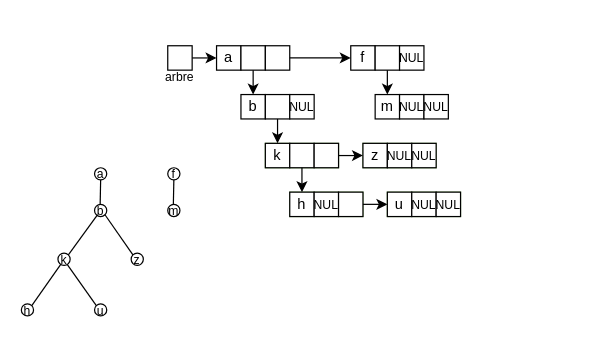
The draw.io diagram page "exemple arbre" (2 of 6) of rapport/arbre.drawio in CavaniNicolas/SDD1_TP3, before the edit. Source tidied: cells renumbered, new cells numbered last; positions are measured from the earlier drawing's top-left corner, leaving out a move shared by most shapes. Both pictures are drawn from the tidied source at 122%, with x=0, y=0 at pixel (21, 45).
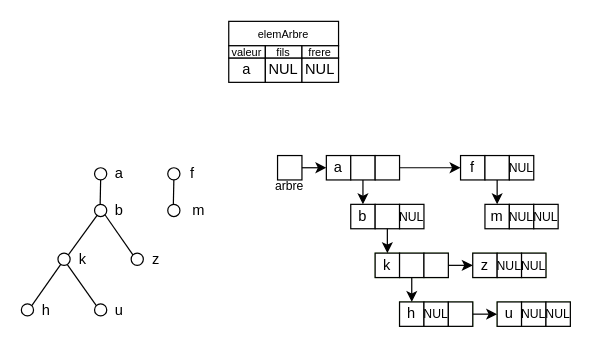
After the change.

Commit message:
modification exemple arbre

Unchanged cells that the change refers to:
```xml
<mxCell id="7" style="rounded=0;whiteSpace=wrap;html=1;" parent="5" vertex="1">
  <mxGeometry x="20" width="20" height="20" as="geometry" />
</mxCell>
```

The edit, as a diff of the source:
```diff
@@
     <mxCell id="2" style="group;" parent="1" vertex="1">
-      <mxGeometry x="110" width="110" height="70" as="geometry" />
+      <mxGeometry x="200" y="90" width="110" height="70" as="geometry" />
     </mxCell>
@@
     <mxCell id="14" style="edgeStyle=orthogonalEdgeStyle;rounded=0;jettySize=auto;html=1;exitX=0.5;exitY=1;exitDx=0;exitDy=0;" parent="1" edge="1" source="7">
       <mxGeometry relative="1" as="geometry">
-        <mxPoint x="190" y="40" as="targetPoint" />
+        <mxPoint x="280" y="130" as="targetPoint" />
       </mxGeometry>
     </mxCell>
     <mxCell id="15" style="group;fillColor=#d5e8d4;strokeColor=#82b366;" parent="1" vertex="1">
-      <mxGeometry x="200" y="80" width="60" height="20" as="geometry" />
+      <mxGeometry x="290" y="170" width="60" height="20" as="geometry" />
     </mxCell>
@@
     <mxCell id="20" style="group;fillColor=#d5e8d4;strokeColor=#82b366;" parent="1" vertex="1">
-      <mxGeometry x="220" y="120" width="60" height="20" as="geometry" />
+      <mxGeometry x="310" y="210" width="60" height="20" as="geometry" />
     </mxCell>
@@
     <mxCell id="24" style="group;fillColor=#d5e8d4;strokeColor=#82b366;" parent="1" vertex="1">
-      <mxGeometry x="300" y="120" width="60" height="20" as="geometry" />
+      <mxGeometry x="390" y="210" width="60" height="20" as="geometry" />
     </mxCell>
@@
     <mxCell id="30" style="group;fillColor=#d5e8d4;strokeColor=#82b366;" parent="1" vertex="1">
-      <mxGeometry x="280" y="80" width="60" height="20" as="geometry" />
+      <mxGeometry x="370" y="170" width="60" height="20" as="geometry" />
     </mxCell>
@@
     <mxCell id="35" style="group;" parent="1" vertex="1">
-      <mxGeometry x="270" width="60" height="20" as="geometry" />
+      <mxGeometry x="360" y="90" width="60" height="20" as="geometry" />
     </mxCell>
@@
     <mxCell id="40" style="group;" parent="1" vertex="1">
-      <mxGeometry x="290" y="40" width="60" height="20" as="geometry" />
+      <mxGeometry x="380" y="130" width="60" height="20" as="geometry" />
     </mxCell>
@@
-    <mxCell id="45" value="&lt;font style=&quot;font-size: 10px&quot;&gt;b&lt;/font&gt;" style="ellipse;whiteSpace=wrap;html=1;" parent="1" vertex="1">
+    <mxCell id="45" style="ellipse;whiteSpace=wrap;html=1;" parent="1" vertex="1">
       <mxGeometry x="60" y="130" width="10" height="10" as="geometry" />
     </mxCell>
@@
-    <mxCell id="48" value="&lt;font style=&quot;font-size: 10px&quot;&gt;k&lt;/font&gt;" style="ellipse;whiteSpace=wrap;html=1;" parent="1" vertex="1">
+    <mxCell id="48" style="ellipse;whiteSpace=wrap;html=1;" parent="1" vertex="1">
       <mxGeometry x="30" y="170" width="10" height="10" as="geometry" />
     </mxCell>
-    <mxCell id="49" value="&lt;font style=&quot;font-size: 10px&quot;&gt;z&lt;/font&gt;" style="ellipse;whiteSpace=wrap;html=1;" parent="1" vertex="1">
+    <mxCell id="49" style="ellipse;whiteSpace=wrap;html=1;" parent="1" vertex="1">
       <mxGeometry x="90" y="170" width="10" height="10" as="geometry" />
     </mxCell>
-    <mxCell id="50" value="&lt;font style=&quot;font-size: 10px&quot;&gt;a&lt;/font&gt;" style="ellipse;whiteSpace=wrap;html=1;" parent="1" vertex="1">
+    <mxCell id="50" style="ellipse;whiteSpace=wrap;html=1;" parent="1" vertex="1">
       <mxGeometry x="60" y="100" width="10" height="10" as="geometry" />
     </mxCell>
@@
-    <mxCell id="54" value="&lt;font style=&quot;font-size: 10px&quot;&gt;h&lt;/font&gt;" style="ellipse;whiteSpace=wrap;html=1;" parent="1" vertex="1">
+    <mxCell id="54" style="ellipse;whiteSpace=wrap;html=1;" parent="1" vertex="1">
       <mxGeometry y="211.5" width="10" height="10" as="geometry" />
     </mxCell>
-    <mxCell id="55" value="&lt;font style=&quot;font-size: 10px&quot;&gt;u&lt;/font&gt;" style="ellipse;whiteSpace=wrap;html=1;" parent="1" vertex="1">
+    <mxCell id="55" style="ellipse;whiteSpace=wrap;html=1;" parent="1" vertex="1">
       <mxGeometry x="60" y="211.5" width="10" height="10" as="geometry" />
     </mxCell>
-    <mxCell id="56" value="&lt;font style=&quot;font-size: 10px&quot;&gt;m&lt;/font&gt;" style="ellipse;whiteSpace=wrap;html=1;" parent="1" vertex="1">
+    <mxCell id="56" style="ellipse;whiteSpace=wrap;html=1;" parent="1" vertex="1">
       <mxGeometry x="120" y="130" width="10" height="10" as="geometry" />
     </mxCell>
-    <mxCell id="57" value="&lt;font style=&quot;font-size: 10px&quot;&gt;f&lt;/font&gt;" style="ellipse;whiteSpace=wrap;html=1;" parent="1" vertex="1">
+    <mxCell id="57" style="ellipse;whiteSpace=wrap;html=1;" parent="1" vertex="1">
       <mxGeometry x="120" y="100" width="10" height="10" as="geometry" />
     </mxCell>
@@
+    <mxCell id="59" value="a" style="text;html=1;align=center;verticalAlign=middle;" parent="1" vertex="1">
+      <mxGeometry x="70" y="95" width="20" height="20" as="geometry" />
+    </mxCell>
+    <mxCell id="60" value="b" style="text;html=1;align=center;verticalAlign=middle;" parent="1" vertex="1">
+      <mxGeometry x="70" y="125" width="20" height="20" as="geometry" />
+    </mxCell>
+    <mxCell id="61" value="k" style="text;html=1;align=center;verticalAlign=middle;" parent="1" vertex="1">
+      <mxGeometry x="40" y="165" width="20" height="20" as="geometry" />
+    </mxCell>
+    <mxCell id="62" value="z" style="text;html=1;align=center;verticalAlign=middle;" parent="1" vertex="1">
+      <mxGeometry x="100" y="165" width="20" height="20" as="geometry" />
+    </mxCell>
+    <mxCell id="63" value="h" style="text;html=1;align=center;verticalAlign=middle;" parent="1" vertex="1">
+      <mxGeometry x="10" y="206.5" width="20" height="20" as="geometry" />
+    </mxCell>
+    <mxCell id="64" value="u" style="text;html=1;align=center;verticalAlign=middle;" parent="1" vertex="1">
+      <mxGeometry x="70" y="206.5" width="20" height="20" as="geometry" />
+    </mxCell>
+    <mxCell id="65" value="f" style="text;html=1;align=center;verticalAlign=middle;" parent="1" vertex="1">
+      <mxGeometry x="130" y="95" width="20" height="20" as="geometry" />
+    </mxCell>
+    <mxCell id="66" value="m" style="text;html=1;align=center;verticalAlign=middle;" parent="1" vertex="1">
+      <mxGeometry x="130" y="125" width="30" height="20" as="geometry" />
+    </mxCell>
+    <mxCell id="67" style="group;" parent="1" vertex="1">
+      <mxGeometry x="170" y="-20" width="90" height="70" as="geometry" />
+    </mxCell>
+    <mxCell id="68" value="&lt;font style=&quot;font-size: 9px&quot;&gt;elemArbre&lt;/font&gt;" style="rounded=0;whiteSpace=wrap;html=1;" parent="67" vertex="1">
+      <mxGeometry width="90" height="20" as="geometry" />
+    </mxCell>
+    <mxCell id="69" style="group;" parent="67" vertex="1">
+      <mxGeometry y="30" width="90" height="20" as="geometry" />
+    </mxCell>
+    <mxCell id="70" value="a" style="rounded=0;whiteSpace=wrap;html=1;" parent="69" vertex="1">
+      <mxGeometry width="30" height="20" as="geometry" />
+    </mxCell>
+    <mxCell id="71" value="NUL" style="rounded=0;whiteSpace=wrap;html=1;" parent="69" vertex="1">
+      <mxGeometry x="30" width="30" height="20" as="geometry" />
+    </mxCell>
+    <mxCell id="72" value="NUL" style="rounded=0;whiteSpace=wrap;html=1;" parent="69" vertex="1">
+      <mxGeometry x="60" width="30" height="20" as="geometry" />
+    </mxCell>
+    <mxCell id="73" value="&lt;font style=&quot;font-size: 9px&quot;&gt;valeur&lt;/font&gt;" style="rounded=0;whiteSpace=wrap;html=1;" parent="67" vertex="1">
+      <mxGeometry y="20" width="30" height="10" as="geometry" />
+    </mxCell>
+    <mxCell id="74" value="&lt;font style=&quot;font-size: 9px&quot;&gt;fils&lt;/font&gt;" style="rounded=0;whiteSpace=wrap;html=1;" parent="67" vertex="1">
+      <mxGeometry x="30" y="20" width="30" height="10" as="geometry" />
+    </mxCell>
+    <mxCell id="75" value="&lt;font style=&quot;font-size: 9px&quot;&gt;frere&lt;/font&gt;" style="rounded=0;whiteSpace=wrap;html=1;" parent="67" vertex="1">
+      <mxGeometry x="60" y="20" width="30" height="10" as="geometry" />
+    </mxCell>
```
